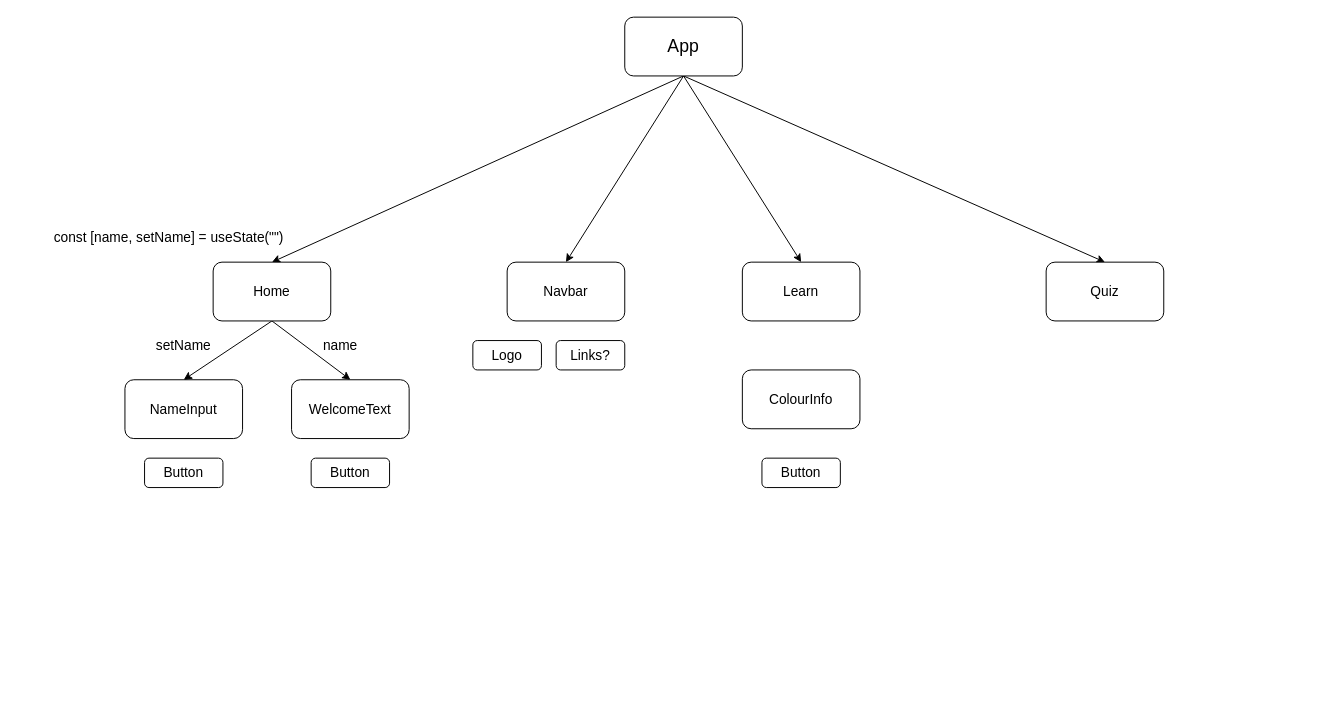
Earlier version of the draw.io diagram src/component-tree.drawio (rosiegracejones/all-about-colours). Source tidied: cells renumbered, new cells numbered last; positions are measured from the earlier drawing's top-left corner, leaving out a move shared by most shapes. Both pictures are drawn from the tidied source at 98%, with x=0, y=0 at pixel (17, 17).
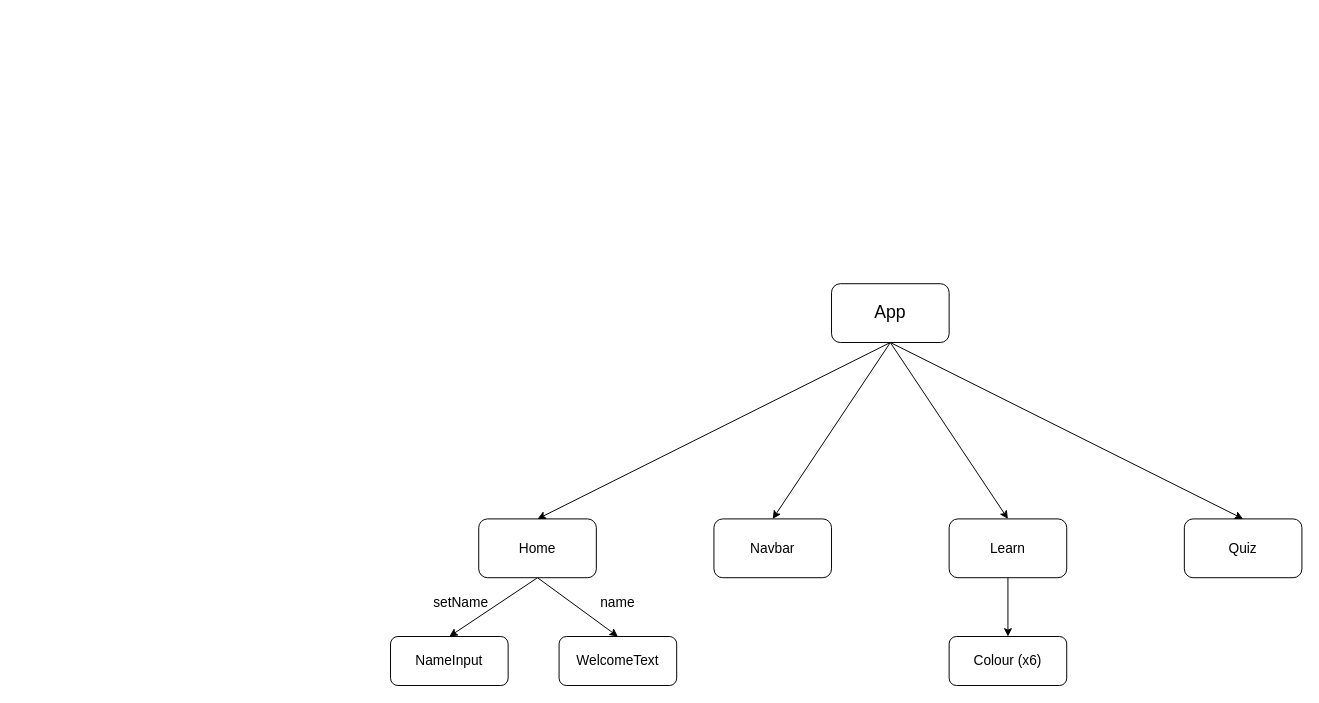
The same page after the edit.

The edit, as a diff of the source:
```diff
@@
     <mxCell id="6" value="&lt;font style=&quot;font-size: 18px;&quot;&gt;App&lt;/font&gt;" style="rounded=1;whiteSpace=wrap;html=1;" parent="1" vertex="1">
-      <mxGeometry x="620" width="120" height="60" as="geometry" />
+      <mxGeometry x="831" y="272" width="120" height="60" as="geometry" />
     </mxCell>
     <mxCell id="7" value="&lt;font style=&quot;font-size: 14px;&quot;&gt;NameInput&lt;/font&gt;" style="rounded=1;whiteSpace=wrap;html=1;" parent="1" vertex="1">
-      <mxGeometry x="110" y="370" width="120" height="60" as="geometry" />
+      <mxGeometry x="381" y="632" width="120" height="50" as="geometry" />
     </mxCell>
     <mxCell id="8" value="&lt;font style=&quot;font-size: 14px;&quot;&gt;WelcomeText&lt;/font&gt;" style="rounded=1;whiteSpace=wrap;html=1;" parent="1" vertex="1">
-      <mxGeometry x="280" y="370" width="120" height="60" as="geometry" />
+      <mxGeometry x="553" y="632" width="120" height="50" as="geometry" />
     </mxCell>
-    <mxCell id="9" value="&lt;font style=&quot;font-size: 14px;&quot;&gt;Button&lt;/font&gt;" style="rounded=1;whiteSpace=wrap;html=1;" parent="1" vertex="1">
-      <mxGeometry x="300" y="450" width="80" height="30" as="geometry" />
-    </mxCell>
-    <mxCell id="10" value="&lt;font style=&quot;font-size: 14px;&quot;&gt;Button&lt;/font&gt;" style="rounded=1;whiteSpace=wrap;html=1;" parent="1" vertex="1">
-      <mxGeometry x="130" y="450" width="80" height="30" as="geometry" />
-    </mxCell>
@@
     <mxCell id="13" value="&lt;font style=&quot;font-size: 14px;&quot;&gt;Home&lt;/font&gt;" style="rounded=1;whiteSpace=wrap;html=1;" parent="1" vertex="1">
-      <mxGeometry x="200" y="250" width="120" height="60" as="geometry" />
+      <mxGeometry x="471" y="512" width="120" height="60" as="geometry" />
     </mxCell>
     <mxCell id="14" value="&lt;font style=&quot;font-size: 14px;&quot;&gt;Navbar&lt;/font&gt;" style="rounded=1;whiteSpace=wrap;html=1;" parent="1" vertex="1">
-      <mxGeometry x="500" y="250" width="120" height="60" as="geometry" />
+      <mxGeometry x="711" y="512" width="120" height="60" as="geometry" />
     </mxCell>
+    <mxCell id="24" style="edgeStyle=none;html=1;exitX=0.5;exitY=1;exitDx=0;exitDy=0;entryX=0.5;entryY=0;entryDx=0;entryDy=0;fontSize=14;" parent="1" edge="1" source="15" target="23">
+      <mxGeometry relative="1" as="geometry" />
+    </mxCell>
     <mxCell id="15" value="&lt;font style=&quot;font-size: 14px;&quot;&gt;Learn&lt;/font&gt;" style="rounded=1;whiteSpace=wrap;html=1;" parent="1" vertex="1">
-      <mxGeometry x="740" y="250" width="120" height="60" as="geometry" />
+      <mxGeometry x="951" y="512" width="120" height="60" as="geometry" />
     </mxCell>
-    <mxCell id="16" value="Logo" style="rounded=1;whiteSpace=wrap;html=1;fontSize=14;" parent="1" vertex="1">
-      <mxGeometry x="465" y="330" width="70" height="30" as="geometry" />
-    </mxCell>
-    <mxCell id="17" value="Links?" style="rounded=1;whiteSpace=wrap;html=1;fontSize=14;" parent="1" vertex="1">
-      <mxGeometry x="550" y="330" width="70" height="30" as="geometry" />
-    </mxCell>
-    <mxCell id="18" value="const [name, setName] = useState(&quot;&quot;)" style="text;html=1;strokeColor=none;fillColor=none;align=center;verticalAlign=middle;whiteSpace=wrap;rounded=0;fontSize=14;" parent="1" vertex="1">
-      <mxGeometry y="210" width="310" height="30" as="geometry" />
-    </mxCell>
     <mxCell id="19" value="name" style="text;html=1;strokeColor=none;fillColor=none;align=center;verticalAlign=middle;whiteSpace=wrap;rounded=0;fontSize=14;" parent="1" vertex="1">
-      <mxGeometry x="300" y="320" width="60" height="30" as="geometry" />
+      <mxGeometry x="583" y="582" width="60" height="30" as="geometry" />
     </mxCell>
     <mxCell id="20" value="setName" style="text;html=1;strokeColor=none;fillColor=none;align=center;verticalAlign=middle;whiteSpace=wrap;rounded=0;fontSize=14;" parent="1" vertex="1">
-      <mxGeometry x="140" y="320" width="60" height="30" as="geometry" />
+      <mxGeometry x="423" y="582" width="60" height="30" as="geometry" />
     </mxCell>
     <mxCell id="21" value="&lt;span style=&quot;font-size: 14px;&quot;&gt;Quiz&lt;/span&gt;" style="rounded=1;whiteSpace=wrap;html=1;" parent="1" vertex="1">
-      <mxGeometry x="1050" y="250" width="120" height="60" as="geometry" />
+      <mxGeometry x="1191" y="512" width="120" height="60" as="geometry" />
     </mxCell>
-    <mxCell id="22" value="&lt;font style=&quot;font-size: 14px;&quot;&gt;Button&lt;/font&gt;" style="rounded=1;whiteSpace=wrap;html=1;" parent="1" vertex="1">
-      <mxGeometry x="760" y="450" width="80" height="30" as="geometry" />
-    </mxCell>
-    <mxCell id="23" value="ColourInfo" style="rounded=1;whiteSpace=wrap;html=1;fontSize=14;" parent="1" vertex="1">
-      <mxGeometry x="740" y="360" width="120" height="60" as="geometry" />
+    <mxCell id="23" value="Colour (x6)" style="rounded=1;whiteSpace=wrap;html=1;fontSize=14;" parent="1" vertex="1">
+      <mxGeometry x="951" y="632" width="120" height="50" as="geometry" />
     </mxCell>
```
